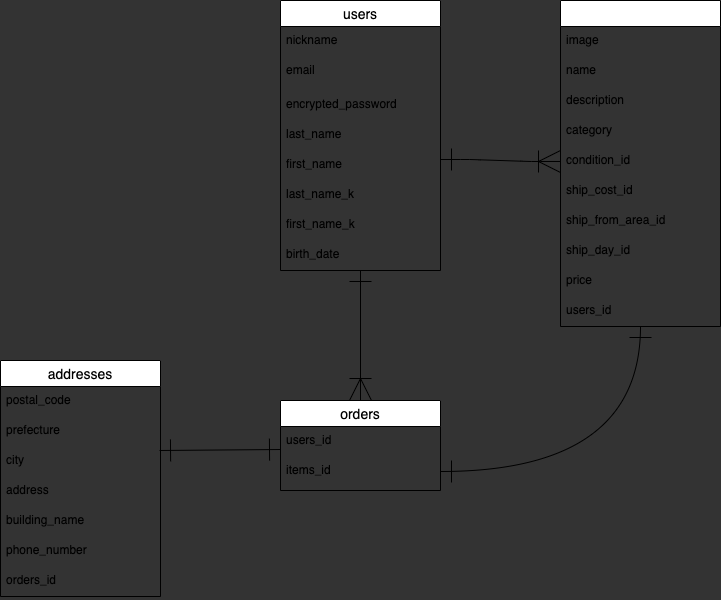
This is ER.drawio.png from simai923/furima-32051, a draw.io export, as it was before one commit. Source tidied: cells renumbered, new cells last; positions are measured from the earlier drawing's top-left corner, leaving out a move shared by most shapes.
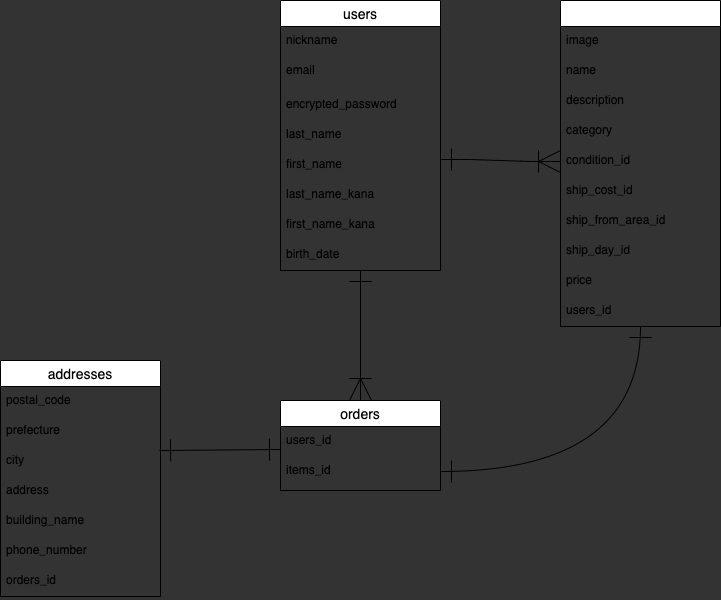
After the commit.

Commit message:
テーブル、ER図 修正6

The edit, as a diff of the source:
```diff
@@ -76,10 +76,10 @@
     <mxCell id="24" value="first_name" style="text;strokeColor=none;fillColor=none;spacingLeft=4;spacingRight=4;overflow=hidden;points=[[0,0.5],[1,0.5]];portConstraint=eastwest;fontSize=12;" parent="19" vertex="1">
       <mxGeometry y="150" width="160" height="30" as="geometry" />
     </mxCell>
-    <mxCell id="25" value="last_name_k" style="text;strokeColor=none;fillColor=none;spacingLeft=4;spacingRight=4;overflow=hidden;fontSize=12;" parent="19" vertex="1">
+    <mxCell id="25" value="last_name_kana" style="text;strokeColor=none;fillColor=none;spacingLeft=4;spacingRight=4;overflow=hidden;fontSize=12;" parent="19" vertex="1">
       <mxGeometry y="180" width="160" height="30" as="geometry" />
     </mxCell>
-    <mxCell id="26" value="first_name_k" style="text;strokeColor=none;fillColor=none;spacingLeft=4;spacingRight=4;overflow=hidden;fontSize=12;" parent="19" vertex="1">
+    <mxCell id="26" value="first_name_kana" style="text;strokeColor=none;fillColor=none;spacingLeft=4;spacingRight=4;overflow=hidden;fontSize=12;" parent="19" vertex="1">
       <mxGeometry y="210" width="160" height="30" as="geometry" />
     </mxCell>
     <mxCell id="27" value="birth_date" style="text;strokeColor=none;fillColor=none;spacingLeft=4;spacingRight=4;overflow=hidden;fontSize=12;" parent="19" vertex="1">
```
